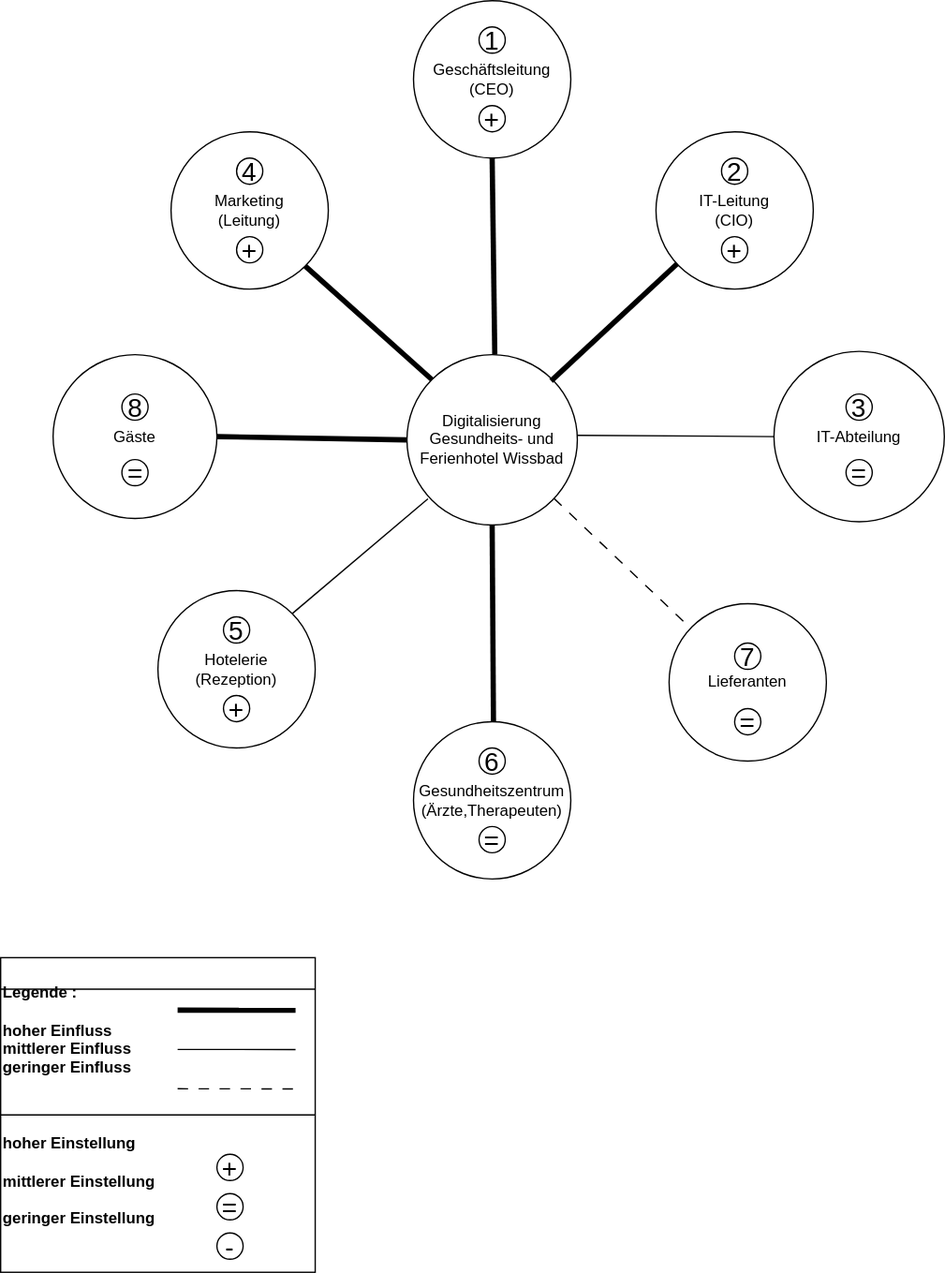
The draw.io diagram docs/sonnenmodel.drawio.svg in LikeDoni/HofWissbad, before a commit. Source tidied: cells renumbered, new cells last; positions are measured from the earlier drawing's top-left corner, leaving out a move shared by most shapes.
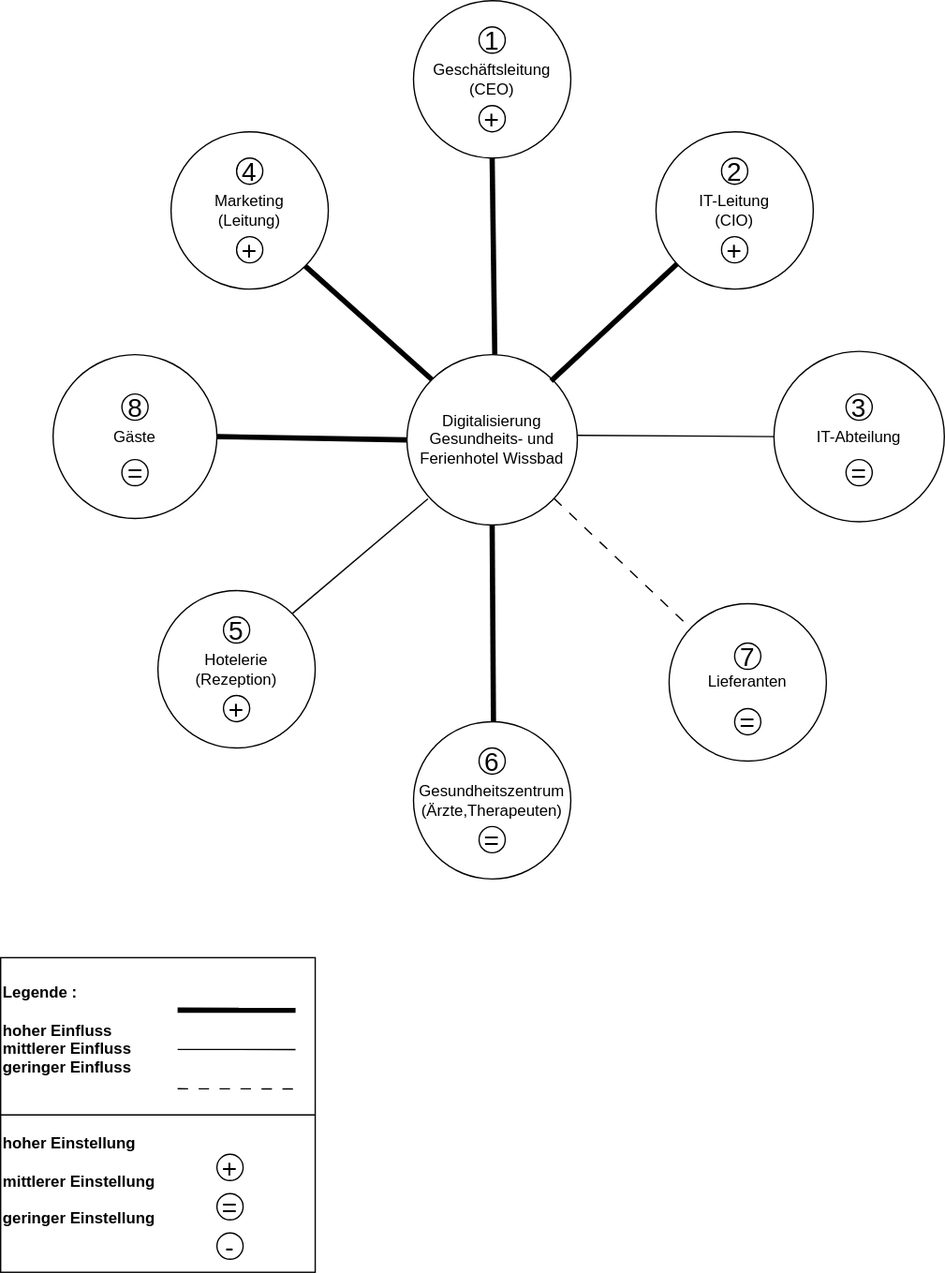
After the change.

What changed in the source:
```diff
@@ -117,12 +117,6 @@
     <mxCell id="36" style="endArrow=none;html=1;rounded=0;entryX=1;entryY=0.5;entryDx=0;entryDy=0;exitX=0;exitY=0.5;exitDx=0;exitDy=0;" parent="1" edge="1" source="34" target="34">
       <mxGeometry relative="1" as="geometry" />
     </mxCell>
-    <mxCell id="37" style="endArrow=none;html=1;rounded=0;" parent="1" edge="1">
-      <mxGeometry relative="1" as="geometry">
-        <mxPoint y="754" as="sourcePoint" />
-        <mxPoint x="240" y="754" as="targetPoint" />
-      </mxGeometry>
-    </mxCell>
     <mxCell id="38" value="&lt;font style=&quot;font-size: 20px;&quot;&gt;+&lt;/font&gt;" style="ellipse;whiteSpace=wrap;html=1;" parent="1" vertex="1">
       <mxGeometry x="165" y="880" width="20" height="20" as="geometry" />
     </mxCell>
```
